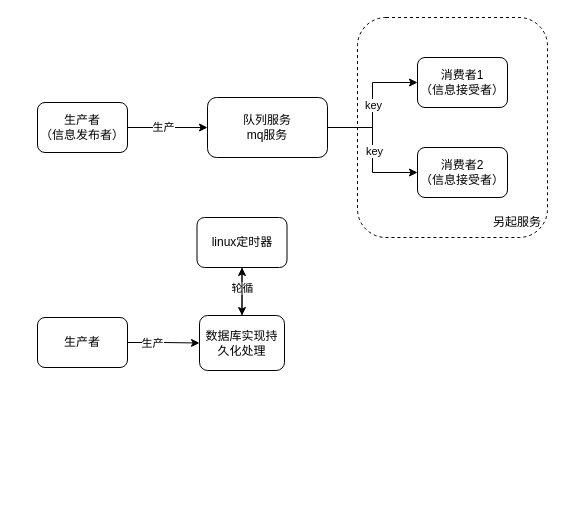
Before: 消息队列.drawio in gongyao1992/draw, a draw.io diagram. Source tidied: cells renumbered, new cells numbered last; positions are measured from the earlier drawing's top-left corner, leaving out a move shared by most shapes. Both pictures are drawn from the tidied source at 100%, with x=0, y=0 at pixel (37, 17).
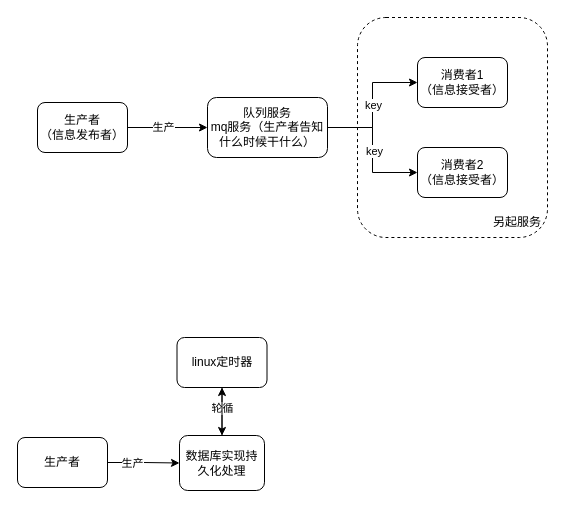
Above is the later version.

Commit message:
更新消息队列.drawio

The edit, as a diff of the source:
```diff
@@
-    <mxCell id="10" value="队列服务&lt;br&gt;mq服务" style="rounded=1;whiteSpace=wrap;html=1;" parent="1" vertex="1">
+    <mxCell id="10" value="队列服务&lt;br&gt;mq服务（生产者告知什么时候干什么）" style="rounded=1;whiteSpace=wrap;html=1;" parent="1" vertex="1">
       <mxGeometry x="170" y="80" width="120" height="60" as="geometry" />
     </mxCell>
@@
     <mxCell id="14" style="group;" parent="1" vertex="1">
-      <mxGeometry y="200" width="249.5" height="153" as="geometry" />
+      <mxGeometry x="-20" y="320" width="249.5" height="153" as="geometry" />
     </mxCell>
```
